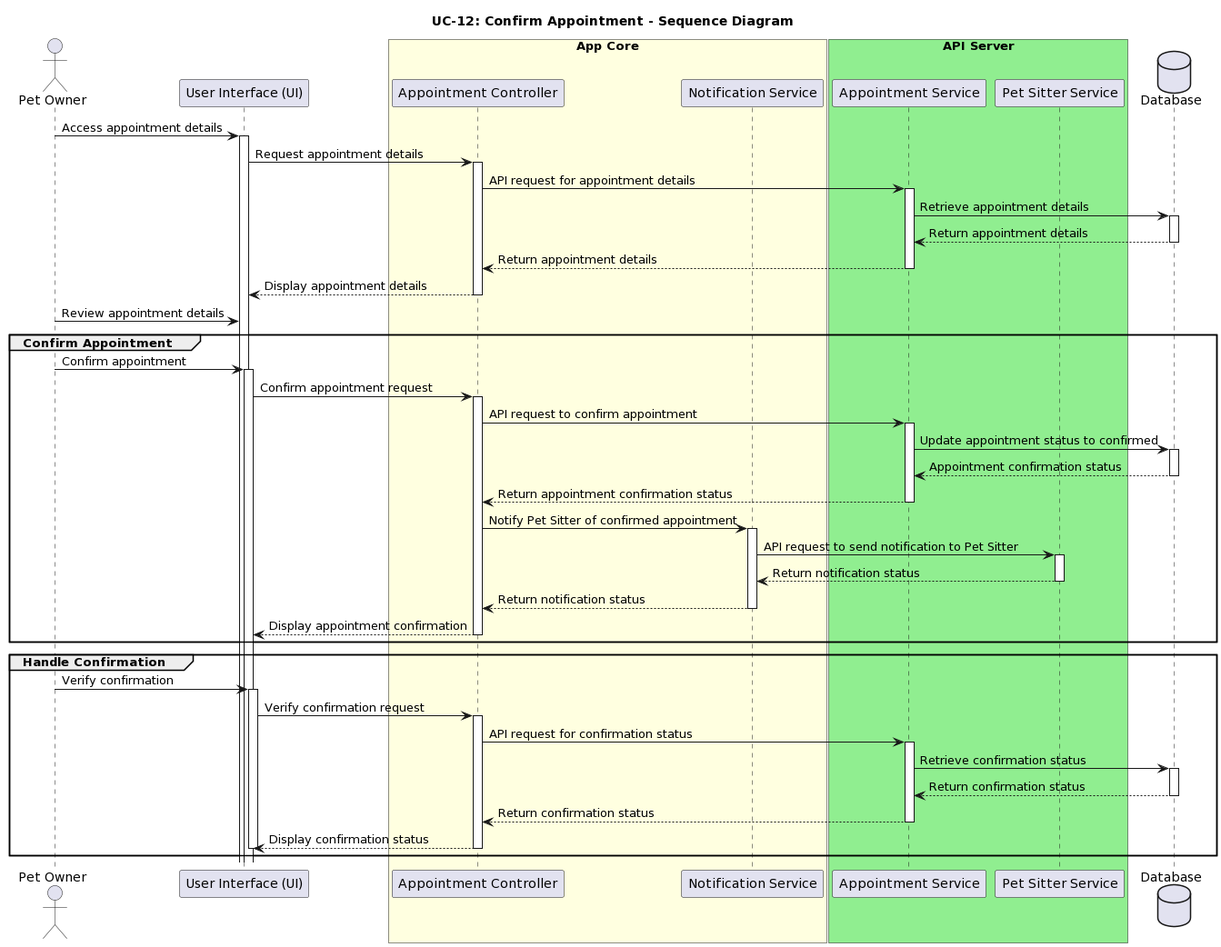
Above: Documents/PlantUML/UC-12_SEQUENCE_Diagram.png in IrenePorta/PetSitters (PlantUML), before the change.
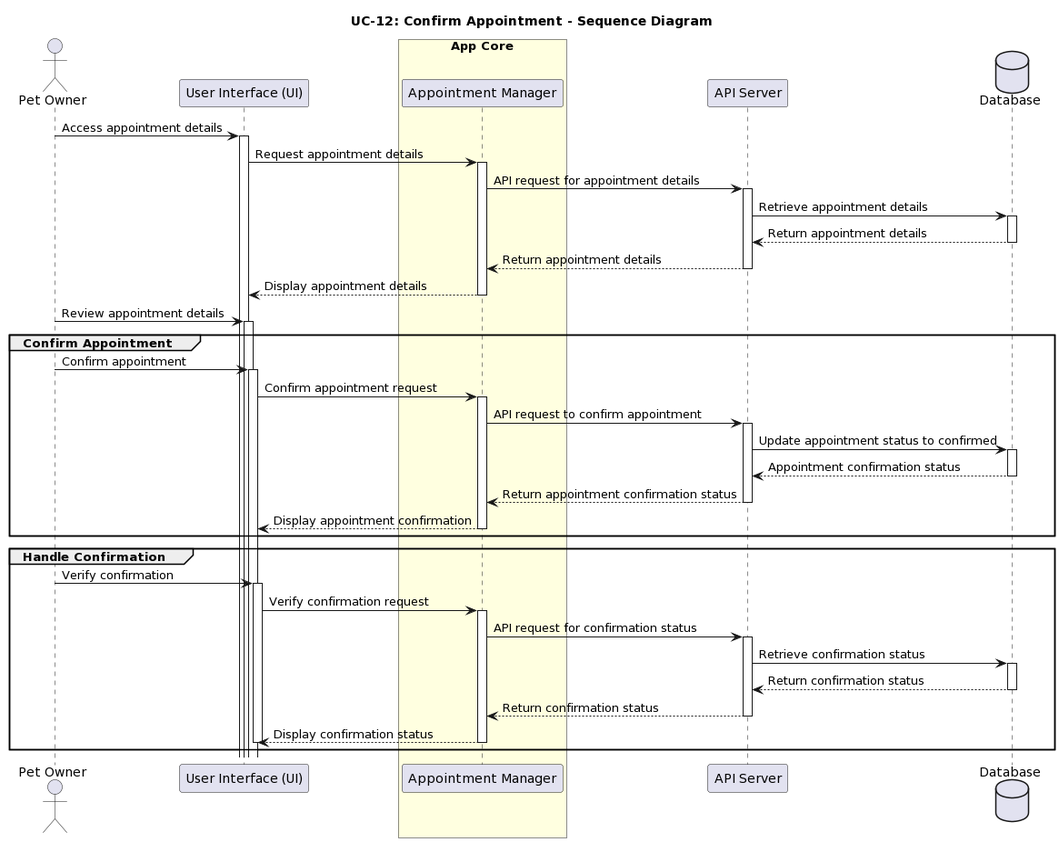
The same file after the commit.

What changed in the source:
```diff
@@ -4,94 +4,60 @@
 actor "Pet Owner" as owner
 participant "User Interface (UI)" as ui
 box "App Core" #LightYellow
-  participant "Appointment Controller" as appCtrl
-  participant "Notification Service" as notifService
+  participant "Appointment Manager" as core
 end box
-box "API Server" #LightGreen
-  participant "Appointment Service" as appService
-  participant "Pet Sitter Service" as sitterService
-end box
+participant "API Server" as server
 database "Database" as db
 
 owner -> ui: Access appointment details
 activate ui
-
-ui -> appCtrl: Request appointment details
-activate appCtrl
-
-appCtrl -> appService: API request for appointment details
-activate appService
-
-appService -> db: Retrieve appointment details
+ui -> core: Request appointment details
+activate core
+core -> server: API request for appointment details
+activate server
+server -> db: Retrieve appointment details
 activate db
-
-db --> appService: Return appointment details
+db --> server: Return appointment details
 deactivate db
-
-appService --> appCtrl: Return appointment details
-deactivate appService
-
-appCtrl --> ui: Display appointment details
-deactivate appCtrl
-
+server --> core: Return appointment details
+deactivate server
+core --> ui: Display appointment details
+deactivate core
 owner -> ui: Review appointment details
+activate ui
 
 group Confirm Appointment
     owner -> ui: Confirm appointment
     activate ui
-
-    ui -> appCtrl: Confirm appointment request
-    activate appCtrl
-
-    appCtrl -> appService: API request to confirm appointment
-    activate appService
-
-    appService -> db: Update appointment status to confirmed
+    ui -> core: Confirm appointment request
+    activate core
+    core -> server: API request to confirm appointment
+    activate server
+    server -> db: Update appointment status to confirmed
     activate db
-
-    db --> appService: Appointment confirmation status
+    db --> server: Appointment confirmation status
     deactivate db
-
-    appService --> appCtrl: Return appointment confirmation status
-    deactivate appService
-
-    appCtrl -> notifService: Notify Pet Sitter of confirmed appointment
-    activate notifService
-
-    notifService -> sitterService: API request to send notification to Pet Sitter
-    activate sitterService
-
-    sitterService --> notifService: Return notification status
-    deactivate sitterService
-
-    notifService --> appCtrl: Return notification status
-    deactivate notifService
-
-    appCtrl --> ui: Display appointment confirmation
-    deactivate appCtrl
+    server --> core: Return appointment confirmation status
+    deactivate server
+    core --> ui: Display appointment confirmation
+    deactivate core
 end group
 
 group Handle Confirmation
     owner -> ui: Verify confirmation
     activate ui
-
-    ui -> appCtrl: Verify confirmation request
-    activate appCtrl
-
-    appCtrl -> appService: API request for confirmation status
-    activate appService
-
-    appService -> db: Retrieve confirmation status
+    ui -> core: Verify confirmation request
+    activate core
+    core -> server: API request for confirmation status
+    activate server
+    server -> db: Retrieve confirmation status
     activate db
-
-    db --> appService: Return confirmation status
+    db --> server: Return confirmation status
     deactivate db
-
-    appService --> appCtrl: Return confirmation status
-    deactivate appService
-
-    appCtrl --> ui: Display confirmation status
-    deactivate appCtrl
+    server --> core: Return confirmation status
+    deactivate server
+    core --> ui: Display confirmation status
+    deactivate core
     deactivate ui
 end group
 @enduml
```
